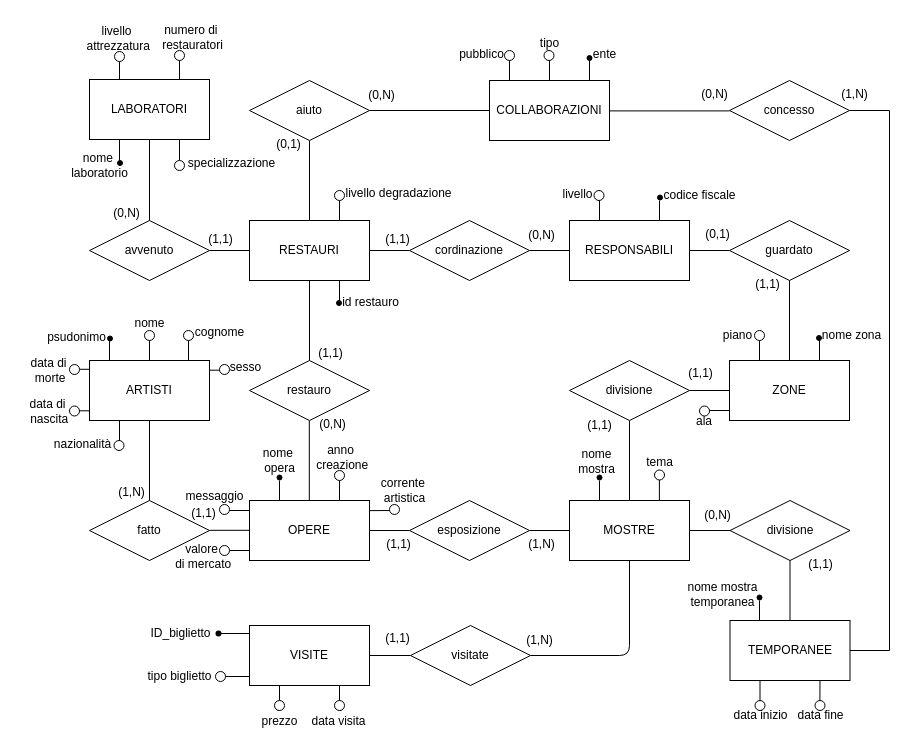
ColdBerri/Database-Unipd-2025 keeps this draw.io diagram as doc/museo-ristrutturato.drawio. Above is the earlier version. Source tidied: cells renumbered, new cells numbered last; positions are measured from the earlier drawing's top-left corner, leaving out a move shared by most shapes. Both pictures are drawn from the tidied source at 100%, with x=0, y=0 at pixel (17, 17).
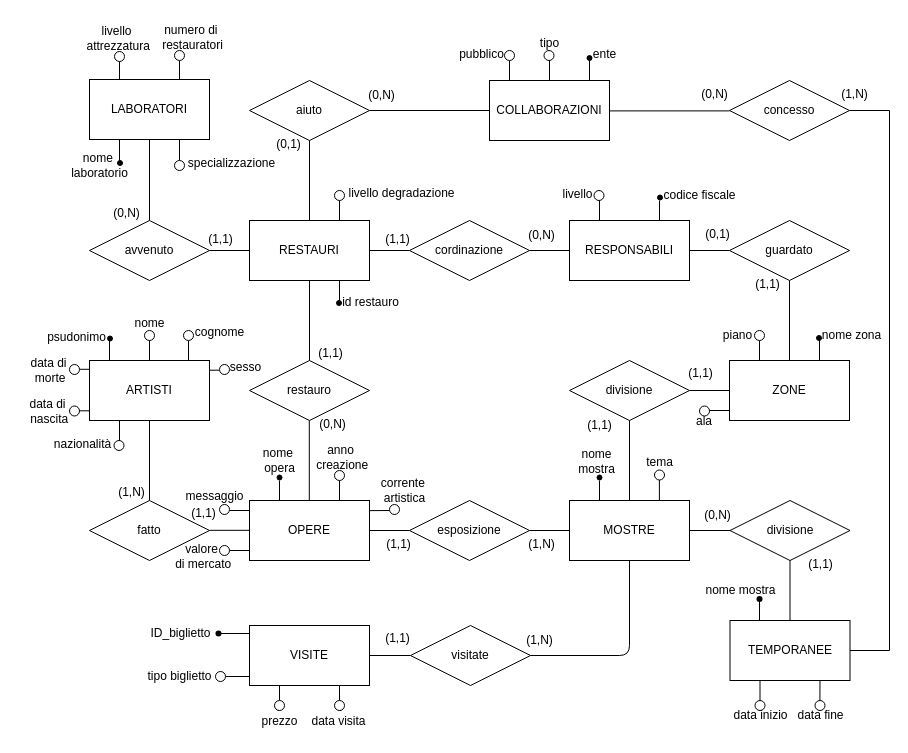
The same page after the edit.

Change to the diagram source:
```diff
@@
     <mxCell id="37" value="livello degradazione" style="text;html=1;align=center;verticalAlign=middle;strokeColor=none;fillColor=none;" parent="1" vertex="1">
-      <mxGeometry x="316" y="161" width="130" height="30" as="geometry" />
+      <mxGeometry x="319" y="161" width="130" height="30" as="geometry" />
     </mxCell>
@@
-    <mxCell id="152" value="nome mostra&lt;div&gt;temporanea&lt;/div&gt;" style="text;html=1;align=center;verticalAlign=middle;strokeColor=none;fillColor=none;" parent="1" vertex="1">
-      <mxGeometry x="660" y="557" width="90" height="40" as="geometry" />
+    <mxCell id="152" value="nome mostra&lt;div&gt;&lt;/div&gt;" style="text;html=1;align=center;verticalAlign=middle;strokeColor=none;fillColor=none;" parent="1" vertex="1">
+      <mxGeometry x="677.5" y="558" width="90" height="30" as="geometry" />
     </mxCell>
-    <mxCell id="153" style="endArrow=none;html=1;rounded=0;exitX=0.25;exitY=0;exitDx=0;exitDy=0;" parent="1" edge="1">
+    <mxCell id="153" style="endArrow=none;html=1;rounded=0;exitDx=0;exitDy=0;startArrow=none;" parent="1" edge="1" source="179">
       <mxGeometry relative="1" as="geometry">
-        <mxPoint x="742" y="603" as="sourcePoint" />
         <mxPoint x="742" y="583" as="targetPoint" />
       </mxGeometry>
     </mxCell>
-    <mxCell id="154" style="ellipse;whiteSpace=wrap;html=1;fillColor=#000000;" parent="1" vertex="1">
-      <mxGeometry x="739.5" y="577.5" width="5" height="5" as="geometry" />
-    </mxCell>
@@
+    <mxCell id="178" style="endArrow=none;html=1;rounded=0;exitX=0.25;exitY=0;exitDx=0;exitDy=0;" parent="1" edge="1" target="179">
+      <mxGeometry relative="1" as="geometry">
+        <mxPoint x="742" y="603" as="sourcePoint" />
+      </mxGeometry>
+    </mxCell>
+    <mxCell id="179" style="shape=waypoint;sketch=0;fillStyle=solid;size=6;points=[];fillColor=none;perimeter=centerPerimeter;snapToPoint=1;" parent="1" vertex="1">
+      <mxGeometry x="732" y="571.5" width="20" height="20" as="geometry" />
+    </mxCell>
```
